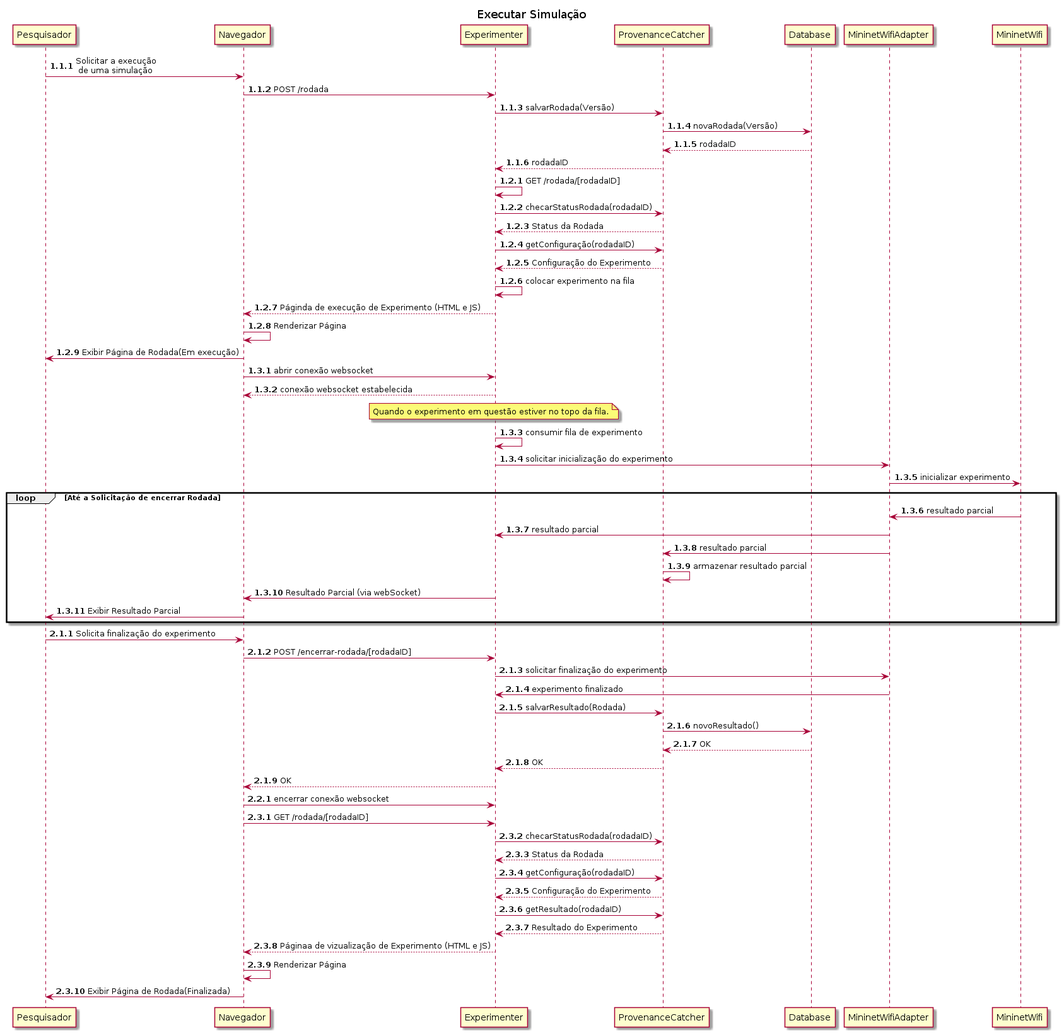
Above: docs/diagrams/out/sequenceDiagram/Diagrama de Sequência.png in renanrodriguesmr/MiniManager (PlantUML), before the change.
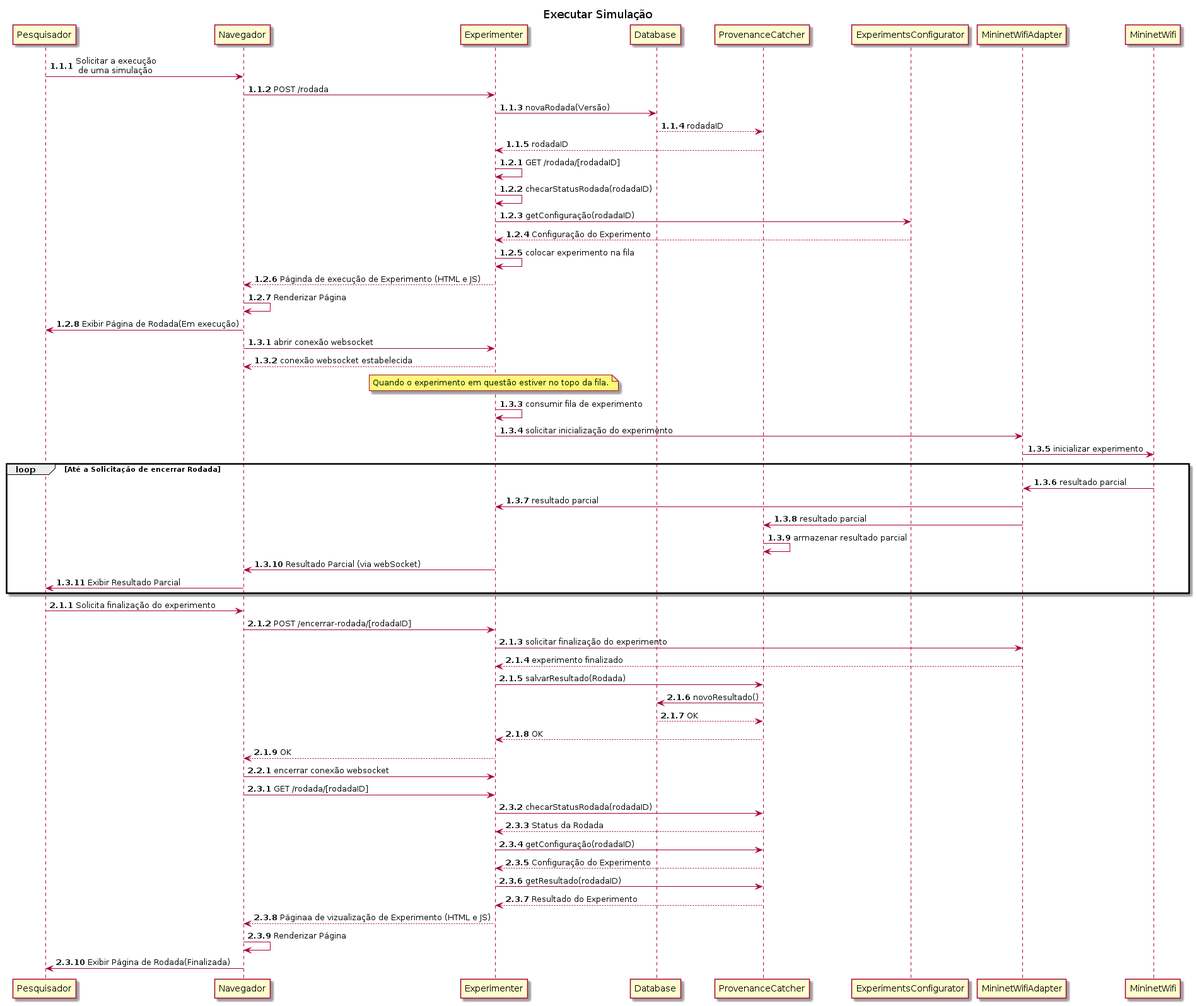
Above is the later version.

The edit, as a diff of the source:
```diff
@@ -4,17 +4,15 @@
 
 Pesquisador -> Navegador: Solicitar a execução\n de uma simulação
 Navegador -> Experimenter: POST /rodada
-Experimenter -> ProvenanceCatcher: salvarRodada(Versão)
-ProvenanceCatcher -> Database: novaRodada(Versão)
+Experimenter -> Database: novaRodada(Versão)
 Database --> ProvenanceCatcher: rodadaID
 ProvenanceCatcher --> Experimenter: rodadaID
 
 autonumber inc B
 Experimenter -> Experimenter: GET /rodada/[rodadaID]
-Experimenter -> ProvenanceCatcher: checarStatusRodada(rodadaID)
-ProvenanceCatcher --> Experimenter: Status da Rodada
-Experimenter -> ProvenanceCatcher: getConfiguração(rodadaID)
-ProvenanceCatcher --> Experimenter: Configuração do Experimento
+Experimenter -> Experimenter: checarStatusRodada(rodadaID)
+Experimenter -> ExperimentsConfigurator: getConfiguração(rodadaID)
+ExperimentsConfigurator --> Experimenter: Configuração do Experimento
 Experimenter -> Experimenter: colocar experimento na fila
 Experimenter --> Navegador: Páginda de execução de Experimento (HTML e JS)
 Navegador -> Navegador: Renderizar Página
@@ -40,7 +38,7 @@
 Pesquisador -> Navegador: Solicita finalização do experimento
 Navegador -> Experimenter: POST /encerrar-rodada/[rodadaID]
 Experimenter -> MininetWifiAdapter: solicitar finalização do experimento
-MininetWifiAdapter -> Experimenter: experimento finalizado
+MininetWifiAdapter --> Experimenter: experimento finalizado
 Experimenter -> ProvenanceCatcher: salvarResultado(Rodada)
 ProvenanceCatcher -> Database: novoResultado()
 Database --> ProvenanceCatcher: OK
```
